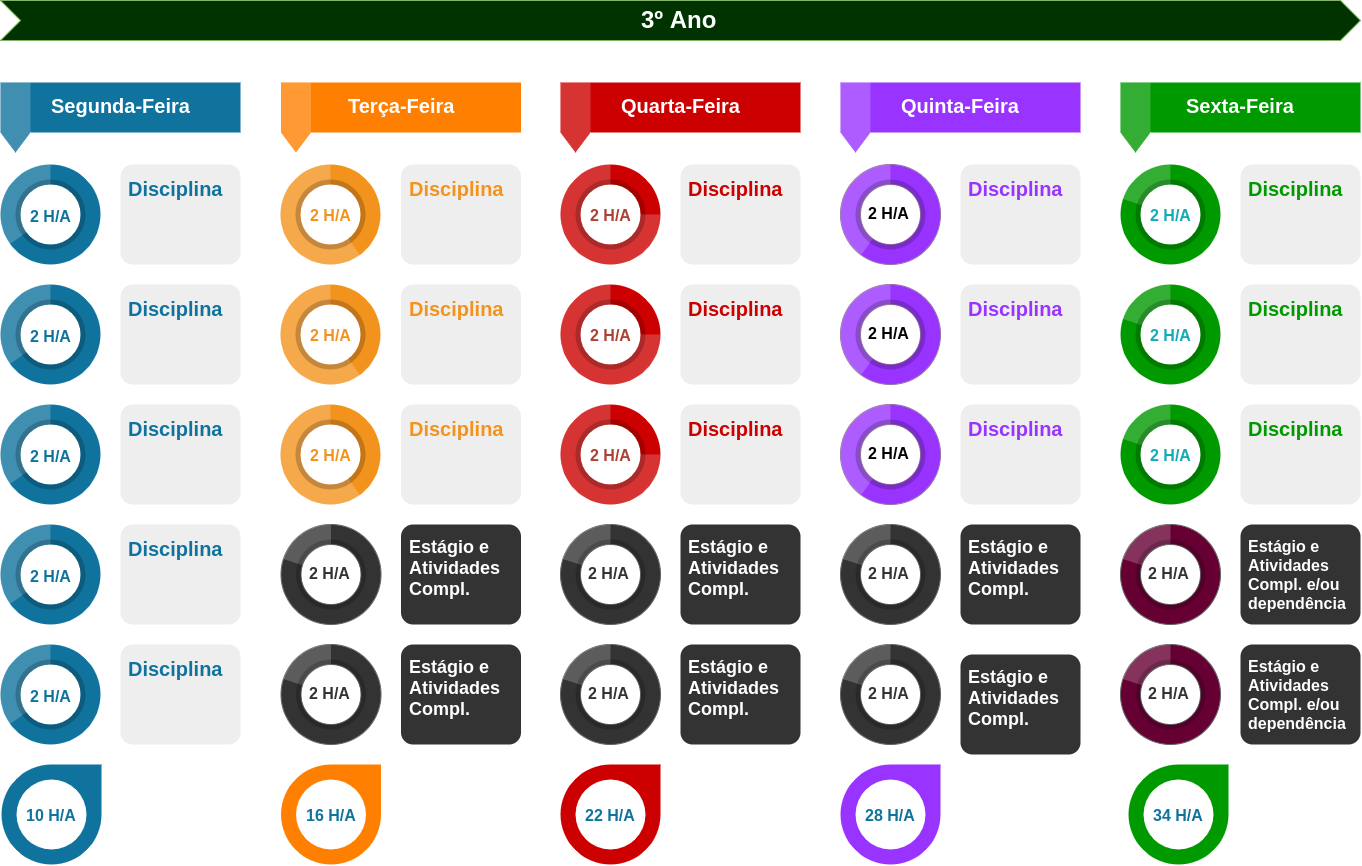
The draw.io diagram Pictures/Alternativo03.png in waldeyr/novo_biotec, before a commit. Source tidied: cells renumbered, new cells last; positions are measured from the earlier drawing's top-left corner, leaving out a move shared by most shapes.
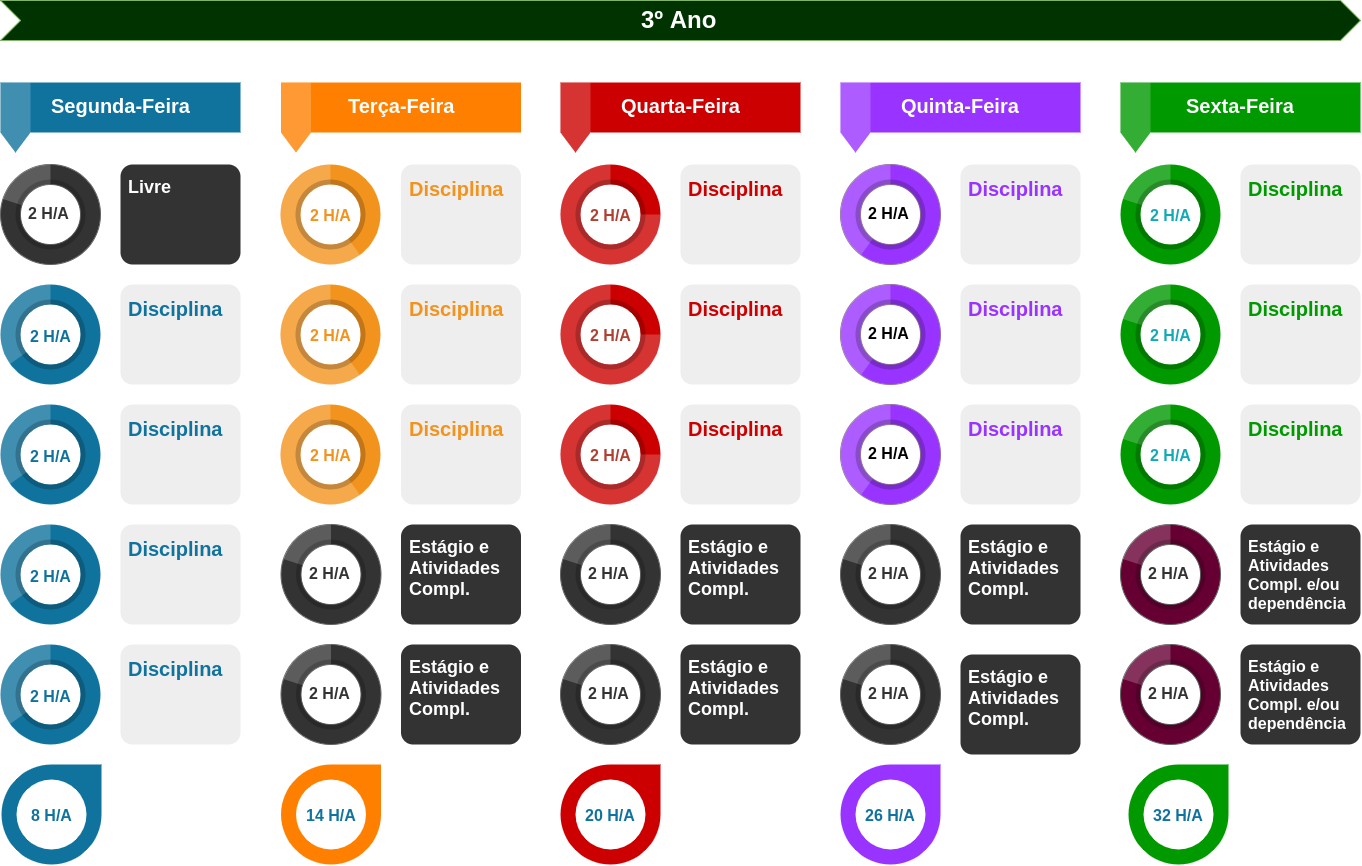
Later version of the same file.

The edit, as a diff of the source:
```diff
@@ -107,19 +107,19 @@
     <mxCell id="36" value="&lt;font style=&quot;font-size: 20px;&quot;&gt;&lt;font style=&quot;font-size: 20px;&quot; color=&quot;#009900&quot;&gt;&lt;b style=&quot;font-size: 20px;&quot;&gt;Disciplina&lt;/b&gt;&lt;/font&gt;&lt;br style=&quot;font-size: 20px;&quot;&gt;&lt;br style=&quot;font-size: 20px;&quot;&gt;&lt;br style=&quot;font-size: 20px;&quot;&gt;&lt;/font&gt;" style="rounded=1;strokeColor=none;fillColor=#EEEEEE;align=left;arcSize=12;verticalAlign=top;whiteSpace=wrap;html=1;fontSize=20;spacing=8;" parent="1" vertex="1">
       <mxGeometry x="1240" y="284" width="120" height="100" as="geometry" />
     </mxCell>
-    <mxCell id="37" value="10 H/A" style="verticalLabelPosition=middle;verticalAlign=middle;html=1;shape=mxgraph.infographic.circularCallout;dy=15;fillColor=#10739E;strokeColor=none;labelPosition=center;align=center;fontColor=#10739E;fontStyle=1;fontSize=16;" parent="1" vertex="1">
+    <mxCell id="37" value="8 H/A" style="verticalLabelPosition=middle;verticalAlign=middle;html=1;shape=mxgraph.infographic.circularCallout;dy=15;fillColor=#10739E;strokeColor=none;labelPosition=center;align=center;fontColor=#10739E;fontStyle=1;fontSize=16;" parent="1" vertex="1">
       <mxGeometry x="1" y="764" width="100" height="100" as="geometry" />
     </mxCell>
-    <mxCell id="38" value="16 H/A" style="verticalLabelPosition=middle;verticalAlign=middle;html=1;shape=mxgraph.infographic.circularCallout;dy=15;fillColor=#FF8000;strokeColor=none;labelPosition=center;align=center;fontColor=#10739E;fontStyle=1;fontSize=16;" parent="1" vertex="1">
+    <mxCell id="38" value="14 H/A" style="verticalLabelPosition=middle;verticalAlign=middle;html=1;shape=mxgraph.infographic.circularCallout;dy=15;fillColor=#FF8000;strokeColor=none;labelPosition=center;align=center;fontColor=#10739E;fontStyle=1;fontSize=16;" parent="1" vertex="1">
       <mxGeometry x="280.5" y="764" width="100" height="100" as="geometry" />
     </mxCell>
-    <mxCell id="39" value="22 H/A" style="verticalLabelPosition=middle;verticalAlign=middle;html=1;shape=mxgraph.infographic.circularCallout;dy=15;fillColor=#CC0000;strokeColor=none;labelPosition=center;align=center;fontColor=#10739E;fontStyle=1;fontSize=16;" parent="1" vertex="1">
+    <mxCell id="39" value="20 H/A" style="verticalLabelPosition=middle;verticalAlign=middle;html=1;shape=mxgraph.infographic.circularCallout;dy=15;fillColor=#CC0000;strokeColor=none;labelPosition=center;align=center;fontColor=#10739E;fontStyle=1;fontSize=16;" parent="1" vertex="1">
       <mxGeometry x="560" y="764" width="100" height="100" as="geometry" />
     </mxCell>
-    <mxCell id="40" value="28 H/A" style="verticalLabelPosition=middle;verticalAlign=middle;html=1;shape=mxgraph.infographic.circularCallout;dy=15;fillColor=#9933FF;strokeColor=none;labelPosition=center;align=center;fontColor=#10739E;fontStyle=1;fontSize=16;" parent="1" vertex="1">
+    <mxCell id="40" value="26 H/A" style="verticalLabelPosition=middle;verticalAlign=middle;html=1;shape=mxgraph.infographic.circularCallout;dy=15;fillColor=#9933FF;strokeColor=none;labelPosition=center;align=center;fontColor=#10739E;fontStyle=1;fontSize=16;" parent="1" vertex="1">
       <mxGeometry x="840" y="764" width="100" height="100" as="geometry" />
     </mxCell>
-    <mxCell id="41" value="34 H/A" style="verticalLabelPosition=middle;verticalAlign=middle;html=1;shape=mxgraph.infographic.circularCallout;dy=15;fillColor=#009900;strokeColor=none;labelPosition=center;align=center;fontColor=#10739E;fontStyle=1;fontSize=16;" parent="1" vertex="1">
+    <mxCell id="41" value="32 H/A" style="verticalLabelPosition=middle;verticalAlign=middle;html=1;shape=mxgraph.infographic.circularCallout;dy=15;fillColor=#009900;strokeColor=none;labelPosition=center;align=center;fontColor=#10739E;fontStyle=1;fontSize=16;" parent="1" vertex="1">
       <mxGeometry x="1128" y="764" width="100" height="100" as="geometry" />
     </mxCell>
     <mxCell id="42" value="3º Ano" style="html=1;shape=mxgraph.infographic.ribbonSimple;notch1=20;notch2=20;fillColor=#003300;strokeColor=#82b366;align=center;verticalAlign=middle;fontSize=24;fontStyle=1;fontColor=#FFFFFF;" parent="1" vertex="1">
@@ -171,19 +171,19 @@
       <mxGeometry x="1240" y="404" width="120" height="100" as="geometry" />
     </mxCell>
     <mxCell id="58" value="&lt;font style=&quot;font-size: 16px&quot;&gt;2 H/A&lt;/font&gt;" style="verticalLabelPosition=middle;verticalAlign=middle;html=1;html=1;shape=mxgraph.infographic.partConcEllipse;startAngle=0;endAngle=0.65;arcWidth=0.4;strokeColor=none;fillColor=#10739E;fontSize=22;fontColor=#10739E;align=center;fontStyle=1;" parent="1" vertex="1">
-      <mxGeometry y="164" width="100" height="100" as="geometry" />
+      <mxGeometry y="284" width="100" height="100" as="geometry" />
     </mxCell>
-    <mxCell id="59" value="&lt;font style=&quot;font-size: 16px&quot;&gt;2 H/A&lt;/font&gt;" style="verticalLabelPosition=middle;verticalAlign=middle;html=1;html=1;shape=mxgraph.infographic.partConcEllipse;startAngle=0;endAngle=0.65;arcWidth=0.4;strokeColor=none;fillColor=#10739E;fontSize=22;fontColor=#10739E;align=center;fontStyle=1;" parent="1" vertex="1">
-      <mxGeometry y="284" width="100" height="100" as="geometry" />
+    <mxCell id="59" value="&lt;font style=&quot;font-size: 20px;&quot;&gt;&lt;font style=&quot;font-size: 20px;&quot; color=&quot;#10739E&quot;&gt;&lt;b style=&quot;font-size: 20px;&quot;&gt;Disciplina&lt;/b&gt;&lt;/font&gt;&lt;br style=&quot;font-size: 20px;&quot;&gt;&lt;br style=&quot;font-size: 20px;&quot;&gt;&lt;br style=&quot;font-size: 20px;&quot;&gt;&lt;/font&gt;" style="rounded=1;strokeColor=none;fillColor=#EEEEEE;align=left;arcSize=12;verticalAlign=top;whiteSpace=wrap;html=1;fontSize=20;spacing=8;" parent="1" vertex="1">
+      <mxGeometry x="120" y="284" width="120" height="100" as="geometry" />
     </mxCell>
-    <mxCell id="60" value="&lt;font style=&quot;font-size: 20px;&quot;&gt;&lt;font style=&quot;font-size: 20px;&quot; color=&quot;#10739E&quot;&gt;&lt;b style=&quot;font-size: 20px;&quot;&gt;Disciplina&lt;/b&gt;&lt;/font&gt;&lt;br style=&quot;font-size: 20px;&quot;&gt;&lt;br style=&quot;font-size: 20px;&quot;&gt;&lt;br style=&quot;font-size: 20px;&quot;&gt;&lt;/font&gt;" style="rounded=1;strokeColor=none;fillColor=#EEEEEE;align=left;arcSize=12;verticalAlign=top;whiteSpace=wrap;html=1;fontSize=20;spacing=8;" parent="1" vertex="1">
-      <mxGeometry x="120" y="164" width="120" height="100" as="geometry" />
+    <mxCell id="60" value="&lt;font style=&quot;font-size: 16px;&quot;&gt;&lt;span style=&quot;font-size: 16px;&quot;&gt;Estágio e Atividades Compl. e/ou&lt;br style=&quot;font-size: 16px;&quot;&gt;&lt;/span&gt;dependência&lt;br style=&quot;font-size: 16px;&quot;&gt;&lt;br style=&quot;font-size: 16px;&quot;&gt;&lt;/font&gt;" style="rounded=1;strokeColor=none;fillColor=#333333;align=left;arcSize=12;verticalAlign=top;whiteSpace=wrap;html=1;fontSize=16;spacing=8;fontColor=#FFFFFF;fontStyle=1;" parent="1" vertex="1">
+      <mxGeometry x="1240" y="644" width="120" height="100" as="geometry" />
     </mxCell>
-    <mxCell id="61" value="&lt;font style=&quot;font-size: 20px;&quot;&gt;&lt;font style=&quot;font-size: 20px;&quot; color=&quot;#10739E&quot;&gt;&lt;b style=&quot;font-size: 20px;&quot;&gt;Disciplina&lt;/b&gt;&lt;/font&gt;&lt;br style=&quot;font-size: 20px;&quot;&gt;&lt;br style=&quot;font-size: 20px;&quot;&gt;&lt;br style=&quot;font-size: 20px;&quot;&gt;&lt;/font&gt;" style="rounded=1;strokeColor=none;fillColor=#EEEEEE;align=left;arcSize=12;verticalAlign=top;whiteSpace=wrap;html=1;fontSize=20;spacing=8;" parent="1" vertex="1">
-      <mxGeometry x="120" y="284" width="120" height="100" as="geometry" />
+    <mxCell id="61" value="2 H/A" style="verticalLabelPosition=middle;verticalAlign=middle;html=1;html=1;shape=mxgraph.infographic.partConcEllipse;startAngle=0;endAngle=0.8;arcWidth=0.4;strokeColor=#666666;fillColor=#333333;fontSize=16;fontColor=#333333;align=center;fontStyle=1;" parent="1" vertex="1">
+      <mxGeometry y="164" width="100" height="100" as="geometry" />
     </mxCell>
-    <mxCell id="62" value="&lt;font style=&quot;font-size: 16px;&quot;&gt;&lt;span style=&quot;font-size: 16px;&quot;&gt;Estágio e Atividades Compl. e/ou&lt;br style=&quot;font-size: 16px;&quot;&gt;&lt;/span&gt;dependência&lt;br style=&quot;font-size: 16px;&quot;&gt;&lt;br style=&quot;font-size: 16px;&quot;&gt;&lt;/font&gt;" style="rounded=1;strokeColor=none;fillColor=#333333;align=left;arcSize=12;verticalAlign=top;whiteSpace=wrap;html=1;fontSize=16;spacing=8;fontColor=#FFFFFF;fontStyle=1;" parent="1" vertex="1">
-      <mxGeometry x="1240" y="644" width="120" height="100" as="geometry" />
+    <mxCell id="62" value="&lt;font style=&quot;font-size: 18px&quot;&gt;&lt;b&gt;Livre&lt;/b&gt;&lt;br style=&quot;font-size: 18px&quot;&gt;&lt;/font&gt;" style="rounded=1;strokeColor=none;fillColor=#333333;align=left;arcSize=12;verticalAlign=top;whiteSpace=wrap;html=1;fontSize=18;spacing=8;fontColor=#FFFFFF;" parent="1" vertex="1">
+      <mxGeometry x="120" y="164" width="120" height="100" as="geometry" />
     </mxCell>
   </root>
 </mxGraphModel>
```
